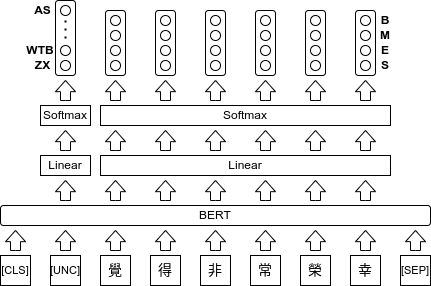
Before: latex/pic2.png, a diagram exported from draw.io (ProFatXuanAll/MCCWS). Source tidied: cells renumbered, new cells last; positions are measured from the earlier drawing's top-left corner, leaving out a move shared by most shapes. Its diagram source:
```xml
<mxGraphModel>
  <root>
    <mxCell id="0" />
    <mxCell id="1" parent="0" />
    <mxCell id="2" value="&lt;font style=&quot;font-size: 12px;&quot;&gt;BERT&lt;/font&gt;" style="rounded=1;whiteSpace=wrap;html=1;fontSize=12;" parent="1" vertex="1">
      <mxGeometry y="205" width="430" height="20" as="geometry" />
    </mxCell>
    <mxCell id="3" value="覺" style="whiteSpace=wrap;html=1;fontSize=14;" parent="1" vertex="1">
      <mxGeometry x="100" y="255" width="30" height="30" as="geometry" />
    </mxCell>
    <mxCell id="4" value="得" style="whiteSpace=wrap;html=1;fontSize=14;" parent="1" vertex="1">
      <mxGeometry x="150" y="255" width="30" height="30" as="geometry" />
    </mxCell>
    <mxCell id="5" value="非" style="whiteSpace=wrap;html=1;fontSize=14;" parent="1" vertex="1">
      <mxGeometry x="200" y="255" width="30" height="30" as="geometry" />
    </mxCell>
    <mxCell id="6" value="常" style="whiteSpace=wrap;html=1;fontSize=14;" parent="1" vertex="1">
      <mxGeometry x="250" y="255" width="30" height="30" as="geometry" />
    </mxCell>
    <mxCell id="7" value="榮" style="whiteSpace=wrap;html=1;fontSize=14;" parent="1" vertex="1">
      <mxGeometry x="300" y="255" width="30" height="30" as="geometry" />
    </mxCell>
    <mxCell id="8" value="幸" style="whiteSpace=wrap;html=1;fontSize=14;" parent="1" vertex="1">
      <mxGeometry x="350" y="255" width="30" height="30" as="geometry" />
    </mxCell>
    <mxCell id="9" value="&lt;font style=&quot;font-size: 11px&quot;&gt;[UNC]&lt;/font&gt;" style="whiteSpace=wrap;html=1;fontSize=12;" parent="1" vertex="1">
      <mxGeometry x="50" y="255" width="30" height="30" as="geometry" />
    </mxCell>
    <mxCell id="10" value="&lt;font style=&quot;font-size: 11px&quot;&gt;[CLS]&lt;/font&gt;" style="whiteSpace=wrap;html=1;fontSize=11;" parent="1" vertex="1">
      <mxGeometry y="255" width="30" height="30" as="geometry" />
    </mxCell>
    <mxCell id="11" value="&lt;font style=&quot;font-size: 11px&quot;&gt;[SEP]&lt;/font&gt;" style="whiteSpace=wrap;html=1;fontSize=11;" parent="1" vertex="1">
      <mxGeometry x="400" y="255" width="30" height="30" as="geometry" />
    </mxCell>
    <mxCell id="12" value="Linear" style="whiteSpace=wrap;html=1;fontSize=12;" parent="1" vertex="1">
      <mxGeometry x="40" y="155" width="50" height="20" as="geometry" />
    </mxCell>
    <mxCell id="13" value="Linear" style="whiteSpace=wrap;html=1;fontSize=12;" parent="1" vertex="1">
      <mxGeometry x="100" y="155" width="290" height="20" as="geometry" />
    </mxCell>
    <mxCell id="14" value="Softmax" style="whiteSpace=wrap;html=1;fontSize=12;" parent="1" vertex="1">
      <mxGeometry x="100" y="105" width="290" height="20" as="geometry" />
    </mxCell>
    <mxCell id="15" value="Softmax" style="whiteSpace=wrap;html=1;fontSize=12;" parent="1" vertex="1">
      <mxGeometry x="40" y="105" width="50" height="20" as="geometry" />
    </mxCell>
    <mxCell id="16" style="group;" parent="1" vertex="1">
      <mxGeometry x="5" y="180" width="420" height="20" as="geometry" />
    </mxCell>
    <mxCell id="17" style="html=1;shadow=0;dashed=0;align=center;verticalAlign=middle;shape=mxgraph.arrows2.arrow;dy=0.5;dx=11.18;direction=north;notch=0;fontSize=12;" parent="16" vertex="1">
      <mxGeometry x="50" width="20" height="20" as="geometry" />
    </mxCell>
    <mxCell id="18" style="html=1;shadow=0;dashed=0;align=center;verticalAlign=middle;shape=mxgraph.arrows2.arrow;dy=0.5;dx=11.18;direction=north;notch=0;fontSize=12;" parent="16" vertex="1">
      <mxGeometry x="100" width="20" height="20" as="geometry" />
    </mxCell>
    <mxCell id="19" style="html=1;shadow=0;dashed=0;align=center;verticalAlign=middle;shape=mxgraph.arrows2.arrow;dy=0.5;dx=11.18;direction=north;notch=0;fontSize=12;" parent="16" vertex="1">
      <mxGeometry x="150" width="20" height="20" as="geometry" />
    </mxCell>
    <mxCell id="20" style="html=1;shadow=0;dashed=0;align=center;verticalAlign=middle;shape=mxgraph.arrows2.arrow;dy=0.5;dx=11.18;direction=north;notch=0;fontSize=12;" parent="16" vertex="1">
      <mxGeometry x="200" width="20" height="20" as="geometry" />
    </mxCell>
    <mxCell id="21" style="html=1;shadow=0;dashed=0;align=center;verticalAlign=middle;shape=mxgraph.arrows2.arrow;dy=0.5;dx=11.18;direction=north;notch=0;fontSize=12;" parent="16" vertex="1">
      <mxGeometry x="250" width="20" height="20" as="geometry" />
    </mxCell>
    <mxCell id="22" style="html=1;shadow=0;dashed=0;align=center;verticalAlign=middle;shape=mxgraph.arrows2.arrow;dy=0.5;dx=11.18;direction=north;notch=0;fontSize=12;" parent="16" vertex="1">
      <mxGeometry x="300" width="20" height="20" as="geometry" />
    </mxCell>
    <mxCell id="23" style="html=1;shadow=0;dashed=0;align=center;verticalAlign=middle;shape=mxgraph.arrows2.arrow;dy=0.5;dx=11.18;direction=north;notch=0;fontSize=12;" parent="16" vertex="1">
      <mxGeometry x="350" width="20" height="20" as="geometry" />
    </mxCell>
    <mxCell id="24" style="group;" parent="1" vertex="1">
      <mxGeometry x="5" y="230" width="420" height="20" as="geometry" />
    </mxCell>
    <mxCell id="25" style="html=1;shadow=0;dashed=0;align=center;verticalAlign=middle;shape=mxgraph.arrows2.arrow;dy=0.5;dx=11.18;direction=north;notch=0;fontSize=12;" parent="24" vertex="1">
      <mxGeometry width="20" height="20" as="geometry" />
    </mxCell>
    <mxCell id="26" style="html=1;shadow=0;dashed=0;align=center;verticalAlign=middle;shape=mxgraph.arrows2.arrow;dy=0.5;dx=11.18;direction=north;notch=0;fontSize=12;" parent="24" vertex="1">
      <mxGeometry x="50" width="20" height="20" as="geometry" />
    </mxCell>
    <mxCell id="27" style="html=1;shadow=0;dashed=0;align=center;verticalAlign=middle;shape=mxgraph.arrows2.arrow;dy=0.5;dx=11.18;direction=north;notch=0;fontSize=12;" parent="24" vertex="1">
      <mxGeometry x="100" width="20" height="20" as="geometry" />
    </mxCell>
    <mxCell id="28" style="html=1;shadow=0;dashed=0;align=center;verticalAlign=middle;shape=mxgraph.arrows2.arrow;dy=0.5;dx=11.18;direction=north;notch=0;fontSize=12;" parent="24" vertex="1">
      <mxGeometry x="150" width="20" height="20" as="geometry" />
    </mxCell>
    <mxCell id="29" style="html=1;shadow=0;dashed=0;align=center;verticalAlign=middle;shape=mxgraph.arrows2.arrow;dy=0.5;dx=11.18;direction=north;notch=0;fontSize=12;" parent="24" vertex="1">
      <mxGeometry x="200" width="20" height="20" as="geometry" />
    </mxCell>
    <mxCell id="30" style="html=1;shadow=0;dashed=0;align=center;verticalAlign=middle;shape=mxgraph.arrows2.arrow;dy=0.5;dx=11.18;direction=north;notch=0;fontSize=12;" parent="24" vertex="1">
      <mxGeometry x="250" width="20" height="20" as="geometry" />
    </mxCell>
    <mxCell id="31" style="html=1;shadow=0;dashed=0;align=center;verticalAlign=middle;shape=mxgraph.arrows2.arrow;dy=0.5;dx=11.18;direction=north;notch=0;fontSize=12;" parent="24" vertex="1">
      <mxGeometry x="300" width="20" height="20" as="geometry" />
    </mxCell>
    <mxCell id="32" style="html=1;shadow=0;dashed=0;align=center;verticalAlign=middle;shape=mxgraph.arrows2.arrow;dy=0.5;dx=11.18;direction=north;notch=0;fontSize=12;" parent="24" vertex="1">
      <mxGeometry x="350" width="20" height="20" as="geometry" />
    </mxCell>
    <mxCell id="33" style="html=1;shadow=0;dashed=0;align=center;verticalAlign=middle;shape=mxgraph.arrows2.arrow;dy=0.5;dx=11.18;direction=north;notch=0;fontSize=12;" parent="24" vertex="1">
      <mxGeometry x="400" width="20" height="20" as="geometry" />
    </mxCell>
    <mxCell id="34" style="group;" parent="1" vertex="1">
      <mxGeometry x="55" y="130" width="370" height="20" as="geometry" />
    </mxCell>
    <mxCell id="35" style="html=1;shadow=0;dashed=0;align=center;verticalAlign=middle;shape=mxgraph.arrows2.arrow;dy=0.5;dx=11.18;direction=north;notch=0;fontSize=12;" parent="34" vertex="1">
      <mxGeometry width="20" height="20" as="geometry" />
    </mxCell>
    <mxCell id="36" style="html=1;shadow=0;dashed=0;align=center;verticalAlign=middle;shape=mxgraph.arrows2.arrow;dy=0.5;dx=11.18;direction=north;notch=0;fontSize=12;" parent="34" vertex="1">
      <mxGeometry x="50" width="20" height="20" as="geometry" />
    </mxCell>
    <mxCell id="37" style="html=1;shadow=0;dashed=0;align=center;verticalAlign=middle;shape=mxgraph.arrows2.arrow;dy=0.5;dx=11.18;direction=north;notch=0;fontSize=12;" parent="34" vertex="1">
      <mxGeometry x="100" width="20" height="20" as="geometry" />
    </mxCell>
    <mxCell id="38" style="html=1;shadow=0;dashed=0;align=center;verticalAlign=middle;shape=mxgraph.arrows2.arrow;dy=0.5;dx=11.18;direction=north;notch=0;fontSize=12;" parent="34" vertex="1">
      <mxGeometry x="150" width="20" height="20" as="geometry" />
    </mxCell>
    <mxCell id="39" style="html=1;shadow=0;dashed=0;align=center;verticalAlign=middle;shape=mxgraph.arrows2.arrow;dy=0.5;dx=11.18;direction=north;notch=0;fontSize=12;" parent="34" vertex="1">
      <mxGeometry x="200" width="20" height="20" as="geometry" />
    </mxCell>
    <mxCell id="40" style="html=1;shadow=0;dashed=0;align=center;verticalAlign=middle;shape=mxgraph.arrows2.arrow;dy=0.5;dx=11.18;direction=north;notch=0;fontSize=12;" parent="34" vertex="1">
      <mxGeometry x="250" width="20" height="20" as="geometry" />
    </mxCell>
    <mxCell id="41" style="html=1;shadow=0;dashed=0;align=center;verticalAlign=middle;shape=mxgraph.arrows2.arrow;dy=0.5;dx=11.18;direction=north;notch=0;fontSize=12;" parent="34" vertex="1">
      <mxGeometry x="300" width="20" height="20" as="geometry" />
    </mxCell>
    <mxCell id="42" style="group;" parent="1" vertex="1">
      <mxGeometry x="55" y="15" width="370" height="85" as="geometry" />
    </mxCell>
    <mxCell id="43" style="group;" parent="42" vertex="1">
      <mxGeometry y="65" width="370" height="20" as="geometry" />
    </mxCell>
    <mxCell id="44" style="html=1;shadow=0;dashed=0;align=center;verticalAlign=middle;shape=mxgraph.arrows2.arrow;dy=0.5;dx=11.18;direction=north;notch=0;fontSize=12;" parent="43" vertex="1">
      <mxGeometry width="20" height="20" as="geometry" />
    </mxCell>
    <mxCell id="45" style="html=1;shadow=0;dashed=0;align=center;verticalAlign=middle;shape=mxgraph.arrows2.arrow;dy=0.5;dx=11.18;direction=north;notch=0;fontSize=12;" parent="43" vertex="1">
      <mxGeometry x="50" width="20" height="20" as="geometry" />
    </mxCell>
    <mxCell id="46" style="html=1;shadow=0;dashed=0;align=center;verticalAlign=middle;shape=mxgraph.arrows2.arrow;dy=0.5;dx=11.18;direction=north;notch=0;fontSize=12;" parent="43" vertex="1">
      <mxGeometry x="100" width="20" height="20" as="geometry" />
    </mxCell>
    <mxCell id="47" style="html=1;shadow=0;dashed=0;align=center;verticalAlign=middle;shape=mxgraph.arrows2.arrow;dy=0.5;dx=11.18;direction=north;notch=0;fontSize=12;" parent="43" vertex="1">
      <mxGeometry x="150" width="20" height="20" as="geometry" />
    </mxCell>
    <mxCell id="48" style="html=1;shadow=0;dashed=0;align=center;verticalAlign=middle;shape=mxgraph.arrows2.arrow;dy=0.5;dx=11.18;direction=north;notch=0;fontSize=12;" parent="43" vertex="1">
      <mxGeometry x="200" width="20" height="20" as="geometry" />
    </mxCell>
    <mxCell id="49" style="html=1;shadow=0;dashed=0;align=center;verticalAlign=middle;shape=mxgraph.arrows2.arrow;dy=0.5;dx=11.18;direction=north;notch=0;fontSize=12;" parent="43" vertex="1">
      <mxGeometry x="250" width="20" height="20" as="geometry" />
    </mxCell>
    <mxCell id="50" style="html=1;shadow=0;dashed=0;align=center;verticalAlign=middle;shape=mxgraph.arrows2.arrow;dy=0.5;dx=11.18;direction=north;notch=0;fontSize=12;" parent="43" vertex="1">
      <mxGeometry x="300" width="20" height="20" as="geometry" />
    </mxCell>
    <mxCell id="51" style="group;" parent="42" vertex="1">
      <mxGeometry x="50" y="-5" width="320" height="65" as="geometry" />
    </mxCell>
    <mxCell id="52" style="rounded=1;whiteSpace=wrap;html=1;fontSize=12;" parent="51" vertex="1">
      <mxGeometry width="20" height="65" as="geometry" />
    </mxCell>
    <mxCell id="53" style="ellipse;whiteSpace=wrap;html=1;fontSize=12;" parent="51" vertex="1">
      <mxGeometry x="5" y="5" width="10" height="10" as="geometry" />
    </mxCell>
    <mxCell id="54" style="ellipse;whiteSpace=wrap;html=1;fontSize=12;" parent="51" vertex="1">
      <mxGeometry x="5" y="20" width="10" height="10" as="geometry" />
    </mxCell>
    <mxCell id="55" style="ellipse;whiteSpace=wrap;html=1;fontSize=12;" parent="51" vertex="1">
      <mxGeometry x="5" y="35" width="10" height="10" as="geometry" />
    </mxCell>
    <mxCell id="56" style="ellipse;whiteSpace=wrap;html=1;fontSize=12;" parent="51" vertex="1">
      <mxGeometry x="5" y="50" width="10" height="10" as="geometry" />
    </mxCell>
    <mxCell id="57" style="rounded=1;whiteSpace=wrap;html=1;fontSize=12;" parent="51" vertex="1">
      <mxGeometry x="50" width="20" height="65" as="geometry" />
    </mxCell>
    <mxCell id="58" style="ellipse;whiteSpace=wrap;html=1;fontSize=12;" parent="51" vertex="1">
      <mxGeometry x="55" y="5" width="10" height="10" as="geometry" />
    </mxCell>
    <mxCell id="59" style="ellipse;whiteSpace=wrap;html=1;fontSize=12;" parent="51" vertex="1">
      <mxGeometry x="55" y="20" width="10" height="10" as="geometry" />
    </mxCell>
    <mxCell id="60" style="ellipse;whiteSpace=wrap;html=1;fontSize=12;" parent="51" vertex="1">
      <mxGeometry x="55" y="35" width="10" height="10" as="geometry" />
    </mxCell>
    <mxCell id="61" style="ellipse;whiteSpace=wrap;html=1;fontSize=12;" parent="51" vertex="1">
      <mxGeometry x="55" y="50" width="10" height="10" as="geometry" />
    </mxCell>
    <mxCell id="62" style="rounded=1;whiteSpace=wrap;html=1;fontSize=12;" parent="51" vertex="1">
      <mxGeometry x="100" width="20" height="65" as="geometry" />
    </mxCell>
    <mxCell id="63" style="ellipse;whiteSpace=wrap;html=1;fontSize=12;" parent="51" vertex="1">
      <mxGeometry x="105" y="5" width="10" height="10" as="geometry" />
    </mxCell>
    <mxCell id="64" style="ellipse;whiteSpace=wrap;html=1;fontSize=12;" parent="51" vertex="1">
      <mxGeometry x="105" y="20" width="10" height="10" as="geometry" />
    </mxCell>
    <mxCell id="65" style="ellipse;whiteSpace=wrap;html=1;fontSize=12;" parent="51" vertex="1">
      <mxGeometry x="105" y="35" width="10" height="10" as="geometry" />
    </mxCell>
    <mxCell id="66" style="ellipse;whiteSpace=wrap;html=1;fontSize=12;" parent="51" vertex="1">
      <mxGeometry x="105" y="50" width="10" height="10" as="geometry" />
    </mxCell>
    <mxCell id="67" style="rounded=1;whiteSpace=wrap;html=1;fontSize=12;" parent="51" vertex="1">
      <mxGeometry x="150" width="20" height="65" as="geometry" />
    </mxCell>
    <mxCell id="68" style="ellipse;whiteSpace=wrap;html=1;fontSize=12;" parent="51" vertex="1">
      <mxGeometry x="155" y="5" width="10" height="10" as="geometry" />
    </mxCell>
    <mxCell id="69" style="ellipse;whiteSpace=wrap;html=1;fontSize=12;" parent="51" vertex="1">
      <mxGeometry x="155" y="20" width="10" height="10" as="geometry" />
    </mxCell>
    <mxCell id="70" style="ellipse;whiteSpace=wrap;html=1;fontSize=12;" parent="51" vertex="1">
      <mxGeometry x="155" y="35" width="10" height="10" as="geometry" />
    </mxCell>
    <mxCell id="71" style="ellipse;whiteSpace=wrap;html=1;fontSize=12;" parent="51" vertex="1">
      <mxGeometry x="155" y="50" width="10" height="10" as="geometry" />
    </mxCell>
    <mxCell id="72" style="rounded=1;whiteSpace=wrap;html=1;fontSize=12;" parent="51" vertex="1">
      <mxGeometry x="200" width="20" height="65" as="geometry" />
    </mxCell>
    <mxCell id="73" style="ellipse;whiteSpace=wrap;html=1;fontSize=12;" parent="51" vertex="1">
      <mxGeometry x="205" y="5" width="10" height="10" as="geometry" />
    </mxCell>
    <mxCell id="74" style="ellipse;whiteSpace=wrap;html=1;fontSize=12;" parent="51" vertex="1">
      <mxGeometry x="205" y="20" width="10" height="10" as="geometry" />
    </mxCell>
    <mxCell id="75" style="ellipse;whiteSpace=wrap;html=1;fontSize=12;" parent="51" vertex="1">
      <mxGeometry x="205" y="35" width="10" height="10" as="geometry" />
    </mxCell>
    <mxCell id="76" style="ellipse;whiteSpace=wrap;html=1;fontSize=12;" parent="51" vertex="1">
      <mxGeometry x="205" y="50" width="10" height="10" as="geometry" />
    </mxCell>
    <mxCell id="77" style="rounded=1;whiteSpace=wrap;html=1;fontSize=12;" parent="51" vertex="1">
      <mxGeometry x="250" width="20" height="65" as="geometry" />
    </mxCell>
    <mxCell id="78" style="ellipse;whiteSpace=wrap;html=1;fontSize=12;" parent="51" vertex="1">
      <mxGeometry x="255" y="5" width="10" height="10" as="geometry" />
    </mxCell>
    <mxCell id="79" style="ellipse;whiteSpace=wrap;html=1;fontSize=12;" parent="51" vertex="1">
      <mxGeometry x="255" y="20" width="10" height="10" as="geometry" />
    </mxCell>
    <mxCell id="80" style="ellipse;whiteSpace=wrap;html=1;fontSize=12;" parent="51" vertex="1">
      <mxGeometry x="255" y="35" width="10" height="10" as="geometry" />
    </mxCell>
    <mxCell id="81" style="ellipse;whiteSpace=wrap;html=1;fontSize=12;" parent="51" vertex="1">
      <mxGeometry x="255" y="50" width="10" height="10" as="geometry" />
    </mxCell>
    <mxCell id="82" style="rounded=1;whiteSpace=wrap;html=1;fontSize=12;" parent="1" vertex="1">
      <mxGeometry x="55" width="20" height="75" as="geometry" />
    </mxCell>
    <mxCell id="83" style="ellipse;whiteSpace=wrap;html=1;fontSize=12;" parent="1" vertex="1">
      <mxGeometry x="60" y="5" width="10" height="10" as="geometry" />
    </mxCell>
    <mxCell id="84" style="ellipse;whiteSpace=wrap;html=1;fontSize=12;" parent="1" vertex="1">
      <mxGeometry x="60" y="45" width="10" height="10" as="geometry" />
    </mxCell>
    <mxCell id="85" style="ellipse;whiteSpace=wrap;html=1;fontSize=12;" parent="1" vertex="1">
      <mxGeometry x="60" y="60" width="10" height="10" as="geometry" />
    </mxCell>
    <mxCell id="86" style="endArrow=none;dashed=1;html=1;dashPattern=1 3;strokeWidth=2;fontSize=12;" parent="1" edge="1">
      <mxGeometry relative="1" as="geometry">
        <mxPoint x="65" y="20" as="sourcePoint" />
        <mxPoint x="65" y="40" as="targetPoint" />
      </mxGeometry>
    </mxCell>
    <mxCell id="87" value="&lt;b&gt;B&lt;/b&gt;" style="text;html=1;strokeColor=none;fillColor=none;align=center;verticalAlign=middle;whiteSpace=wrap;rounded=0;fontSize=12;" parent="1" vertex="1">
      <mxGeometry x="375" y="10" width="20" height="20" as="geometry" />
    </mxCell>
    <mxCell id="88" value="&lt;b&gt;M&lt;/b&gt;" style="text;html=1;strokeColor=none;fillColor=none;align=center;verticalAlign=middle;whiteSpace=wrap;rounded=0;fontSize=12;" parent="1" vertex="1">
      <mxGeometry x="375" y="25" width="20" height="20" as="geometry" />
    </mxCell>
    <mxCell id="89" value="&lt;b&gt;E&lt;/b&gt;" style="text;html=1;strokeColor=none;fillColor=none;align=center;verticalAlign=middle;whiteSpace=wrap;rounded=0;fontSize=12;" parent="1" vertex="1">
      <mxGeometry x="375" y="40" width="20" height="20" as="geometry" />
    </mxCell>
    <mxCell id="90" value="&lt;b&gt;S&lt;/b&gt;" style="text;html=1;strokeColor=none;fillColor=none;align=center;verticalAlign=middle;whiteSpace=wrap;rounded=0;fontSize=12;" parent="1" vertex="1">
      <mxGeometry x="375" y="55" width="20" height="20" as="geometry" />
    </mxCell>
    <mxCell id="91" value="&lt;b&gt;AS&lt;/b&gt;" style="text;html=1;strokeColor=none;fillColor=none;align=center;verticalAlign=middle;whiteSpace=wrap;rounded=0;fontSize=12;" parent="1" vertex="1">
      <mxGeometry x="30" width="25" height="20" as="geometry" />
    </mxCell>
    <mxCell id="92" value="&lt;b&gt;WTB&lt;/b&gt;" style="text;html=1;strokeColor=none;fillColor=none;align=center;verticalAlign=middle;whiteSpace=wrap;rounded=0;fontSize=12;" parent="1" vertex="1">
      <mxGeometry x="25" y="40" width="30" height="20" as="geometry" />
    </mxCell>
    <mxCell id="93" value="&lt;b&gt;ZX&lt;/b&gt;" style="text;html=1;strokeColor=none;fillColor=none;align=center;verticalAlign=middle;whiteSpace=wrap;rounded=0;fontSize=12;" parent="1" vertex="1">
      <mxGeometry x="30" y="55" width="25" height="20" as="geometry" />
    </mxCell>
  </root>
</mxGraphModel>
```
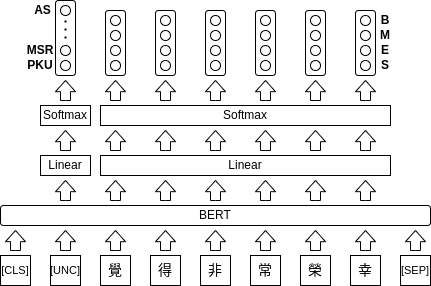
The same diagram one commit later.

What changed in the source:
```diff
@@ -275,11 +275,11 @@
     <mxCell id="91" value="&lt;b&gt;AS&lt;/b&gt;" style="text;html=1;strokeColor=none;fillColor=none;align=center;verticalAlign=middle;whiteSpace=wrap;rounded=0;fontSize=12;" parent="1" vertex="1">
       <mxGeometry x="30" width="25" height="20" as="geometry" />
     </mxCell>
-    <mxCell id="92" value="&lt;b&gt;WTB&lt;/b&gt;" style="text;html=1;strokeColor=none;fillColor=none;align=center;verticalAlign=middle;whiteSpace=wrap;rounded=0;fontSize=12;" parent="1" vertex="1">
+    <mxCell id="92" value="&lt;b&gt;MSR&lt;/b&gt;" style="text;html=1;strokeColor=none;fillColor=none;align=center;verticalAlign=middle;whiteSpace=wrap;rounded=0;fontSize=12;" parent="1" vertex="1">
       <mxGeometry x="25" y="40" width="30" height="20" as="geometry" />
     </mxCell>
-    <mxCell id="93" value="&lt;b&gt;ZX&lt;/b&gt;" style="text;html=1;strokeColor=none;fillColor=none;align=center;verticalAlign=middle;whiteSpace=wrap;rounded=0;fontSize=12;" parent="1" vertex="1">
-      <mxGeometry x="30" y="55" width="25" height="20" as="geometry" />
+    <mxCell id="93" value="&lt;b&gt;PKU&lt;/b&gt;" style="text;html=1;strokeColor=none;fillColor=none;align=center;verticalAlign=middle;whiteSpace=wrap;rounded=0;fontSize=12;" parent="1" vertex="1">
+      <mxGeometry x="25" y="55" width="30" height="20" as="geometry" />
     </mxCell>
   </root>
 </mxGraphModel>
```
